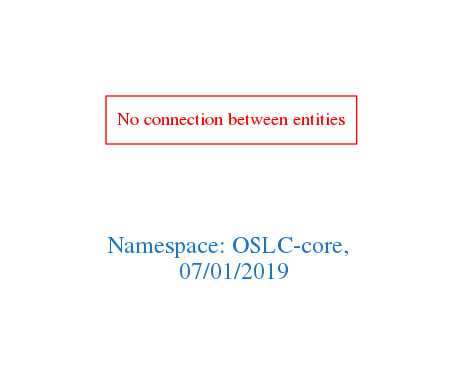
This is downloads/OSLC-core.png from arago/OGIT, a Graphviz export, as it was before one commit. Its source is kept beside it as downloads/OSLC-core.dot.
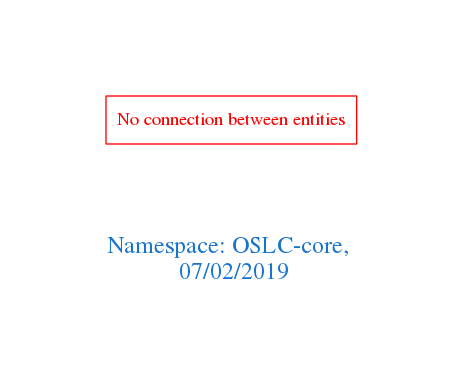
Later version of the same file.

What changed in the source:
```diff
@@ -1,7 +1,7 @@
 digraph OGIT_ontology {
  graph [ rankdir= LR,pad=1
 fontsize = 18,
-fontcolor= dodgerblue3,label = "\n\n\nNamespace: OSLC-core, \n 07/01/2019"];
+fontcolor= dodgerblue3,label = "\n\n\nNamespace: OSLC-core, \n 07/02/2019"];
 node[shape=polygon];
 edge [  color="gray81"];
 
```
